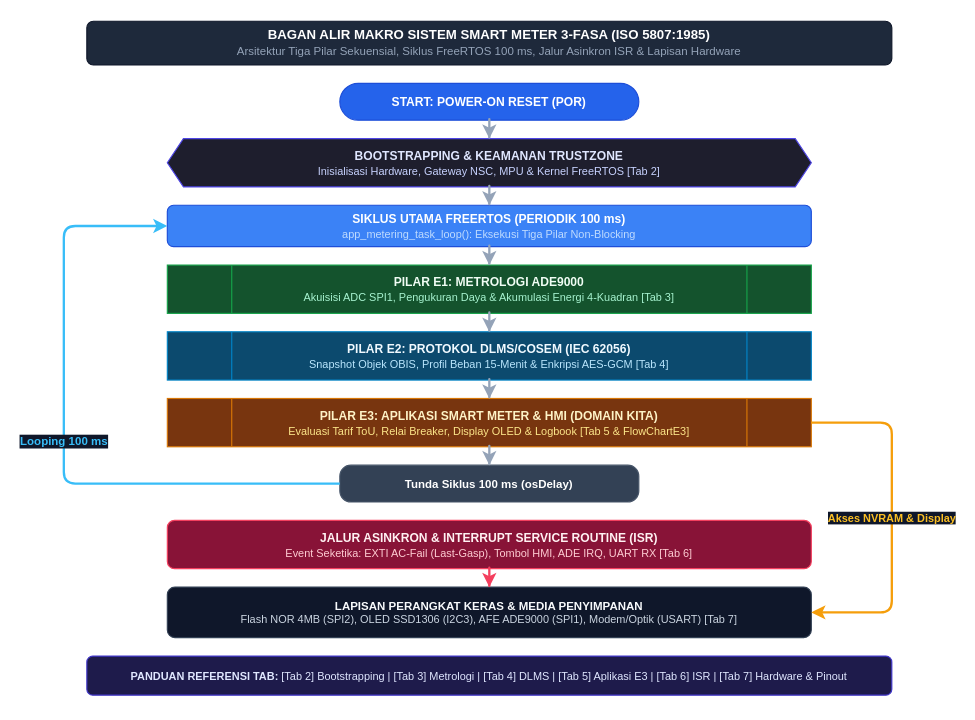
The draw.io diagram page "1. Ikhtisar Sistem Makro" (1 of 7) of docs/system_flowchart.drawio in Kevla27/ALLIN, before the edit. Source tidied: cells renumbered, new cells numbered last; positions are measured from the earlier drawing's top-left corner, leaving out a move shared by most shapes. Both pictures are drawn from the tidied source at 115%, with x=0, y=0 at pixel (63, 21).
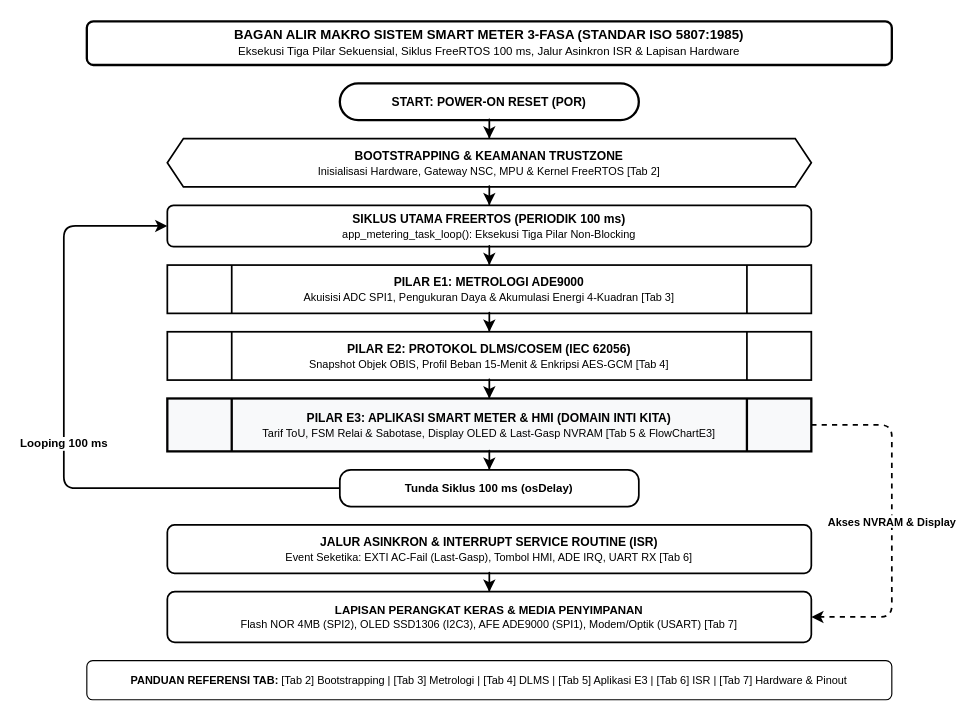
The same diagram, later.

Commit message (it also covers changes not shown here):
docs(flowchart): konversi tema Black & White (B&W) ISO 5807 dan analisis integrasi pilar E3 pada Tab 1

What changed in the source:
```diff
@@
-    <mxCell id="2" value="&lt;b&gt;BAGAN ALIR MAKRO SISTEM SMART METER 3-FASA (ISO 5807:1985)&lt;/b&gt;&lt;br/&gt;&lt;font style=&quot;font-size:10px;color:#94a3b8;&quot;&gt;Arsitektur Tiga Pilar Sekuensial, Siklus FreeRTOS 100 ms, Jalur Asinkron ISR &amp;amp; Lapisan Hardware&lt;/font&gt;" style="rounded=1;whiteSpace=wrap;html=1;fillColor=#1e293b;strokeColor=#0f172a;fontColor=#ffffff;fontSize=11.5;align=center;" parent="1" vertex="1">
+    <mxCell id="2" value="&lt;b&gt;BAGAN ALIR MAKRO SISTEM SMART METER 3-FASA (STANDAR ISO 5807:1985)&lt;/b&gt;&lt;br/&gt;&lt;font style=&quot;font-size:10px;&quot;&gt;Eksekusi Tiga Pilar Sekuensial, Siklus FreeRTOS 100 ms, Jalur Asinkron ISR &amp;amp; Lapisan Hardware&lt;/font&gt;" style="rounded=1;whiteSpace=wrap;html=1;fillColor=#ffffff;strokeColor=#000000;strokeWidth=2;fontColor=#000000;fontSize=11.5;align=center;" parent="1" vertex="1">
       <mxGeometry x="20" width="700" height="38" as="geometry" />
     </mxCell>
-    <mxCell id="3" value="&lt;b&gt;START: POWER-ON RESET (POR)&lt;/b&gt;" style="rounded=1;arcSize=50;whiteSpace=wrap;html=1;fillColor=#2563eb;strokeColor=#1d4ed8;fontColor=#ffffff;fontStyle=1;fontSize=10.5;align=center;" parent="1" vertex="1">
+    <mxCell id="3" value="&lt;b&gt;START: POWER-ON RESET (POR)&lt;/b&gt;" style="rounded=1;arcSize=50;whiteSpace=wrap;html=1;fillColor=#ffffff;strokeColor=#000000;strokeWidth=2;fontColor=#000000;fontStyle=1;fontSize=10.5;align=center;" parent="1" vertex="1">
       <mxGeometry x="240" y="54" width="260" height="32" as="geometry" />
     </mxCell>
-    <mxCell id="4" value="&lt;b&gt;BOOTSTRAPPING &amp;amp; KEAMANAN TRUSTZONE&lt;/b&gt;&lt;br/&gt;&lt;font style=&quot;font-size:9.5px;color:#c7d2fe;&quot;&gt;Inisialisasi Hardware, Gateway NSC, MPU &amp;amp; Kernel FreeRTOS [Tab 2]&lt;/font&gt;" style="shape=hexagon;perimeter=hexagonPerimeter2;fixedSize=1;size=14;whiteSpace=wrap;html=1;fillColor=#1e1e2d;strokeColor=#4f46e5;fontColor=#e0e7ff;fontSize=10.5;align=center;" parent="1" vertex="1">
+    <mxCell id="4" value="&lt;b&gt;BOOTSTRAPPING &amp;amp; KEAMANAN TRUSTZONE&lt;/b&gt;&lt;br/&gt;&lt;font style=&quot;font-size:9.5px;&quot;&gt;Inisialisasi Hardware, Gateway NSC, MPU &amp;amp; Kernel FreeRTOS [Tab 2]&lt;/font&gt;" style="shape=hexagon;perimeter=hexagonPerimeter2;fixedSize=1;size=14;whiteSpace=wrap;html=1;fillColor=#ffffff;strokeColor=#000000;strokeWidth=1.5;fontColor=#000000;fontSize=10.5;align=center;" parent="1" vertex="1">
       <mxGeometry x="90" y="102" width="560" height="42" as="geometry" />
     </mxCell>
-    <mxCell id="5" value="&lt;b&gt;SIKLUS UTAMA FREERTOS (PERIODIK 100 ms)&lt;/b&gt;&lt;br/&gt;&lt;font style=&quot;font-size:9.5px;color:#bfdbfe;&quot;&gt;app_metering_task_loop(): Eksekusi Tiga Pilar Non-Blocking&lt;/font&gt;" style="rounded=1;arcSize=15;whiteSpace=wrap;html=1;fillColor=#3b82f6;strokeColor=#1d4ed8;fontColor=#ffffff;fontSize=10.5;align=center;" parent="1" vertex="1">
+    <mxCell id="5" value="&lt;b&gt;SIKLUS UTAMA FREERTOS (PERIODIK 100 ms)&lt;/b&gt;&lt;br/&gt;&lt;font style=&quot;font-size:9.5px;&quot;&gt;app_metering_task_loop(): Eksekusi Tiga Pilar Non-Blocking&lt;/font&gt;" style="rounded=1;arcSize=15;whiteSpace=wrap;html=1;fillColor=#ffffff;strokeColor=#000000;strokeWidth=1.5;fontColor=#000000;fontSize=10.5;align=center;" parent="1" vertex="1">
       <mxGeometry x="90" y="160" width="560" height="36" as="geometry" />
     </mxCell>
-    <mxCell id="6" value="&lt;b&gt;PILAR E1: METROLOGI ADE9000&lt;/b&gt;&lt;br/&gt;&lt;font style=&quot;font-size:9.5px;color:#a7f3d0;&quot;&gt;Akuisisi ADC SPI1, Pengukuran Daya &amp;amp; Akumulasi Energi 4-Kuadran [Tab 3]&lt;/font&gt;" style="shape=process;backgroundOutline=1;rounded=0;whiteSpace=wrap;html=1;fillColor=#14532d;strokeColor=#16a34a;fontColor=#f0fdf4;fontSize=10.5;align=center;" parent="1" vertex="1">
+    <mxCell id="6" value="&lt;b&gt;PILAR E1: METROLOGI ADE9000&lt;/b&gt;&lt;br/&gt;&lt;font style=&quot;font-size:9.5px;&quot;&gt;Akuisisi ADC SPI1, Pengukuran Daya &amp;amp; Akumulasi Energi 4-Kuadran [Tab 3]&lt;/font&gt;" style="shape=process;backgroundOutline=1;rounded=0;whiteSpace=wrap;html=1;fillColor=#ffffff;strokeColor=#000000;strokeWidth=1.5;fontColor=#000000;fontSize=10.5;align=center;" parent="1" vertex="1">
       <mxGeometry x="90" y="212" width="560" height="42" as="geometry" />
     </mxCell>
-    <mxCell id="7" value="&lt;b&gt;PILAR E2: PROTOKOL DLMS/COSEM (IEC 62056)&lt;/b&gt;&lt;br/&gt;&lt;font style=&quot;font-size:9.5px;color:#bae6fd;&quot;&gt;Snapshot Objek OBIS, Profil Beban 15-Menit &amp;amp; Enkripsi AES-GCM [Tab 4]&lt;/font&gt;" style="shape=process;backgroundOutline=1;rounded=0;whiteSpace=wrap;html=1;fillColor=#0c4a6e;strokeColor=#0284c7;fontColor=#f0f9ff;fontSize=10.5;align=center;" parent="1" vertex="1">
+    <mxCell id="7" value="&lt;b&gt;PILAR E2: PROTOKOL DLMS/COSEM (IEC 62056)&lt;/b&gt;&lt;br/&gt;&lt;font style=&quot;font-size:9.5px;&quot;&gt;Snapshot Objek OBIS, Profil Beban 15-Menit &amp;amp; Enkripsi AES-GCM [Tab 4]&lt;/font&gt;" style="shape=process;backgroundOutline=1;rounded=0;whiteSpace=wrap;html=1;fillColor=#ffffff;strokeColor=#000000;strokeWidth=1.5;fontColor=#000000;fontSize=10.5;align=center;" parent="1" vertex="1">
       <mxGeometry x="90" y="270" width="560" height="42" as="geometry" />
     </mxCell>
-    <mxCell id="8" value="&lt;b&gt;PILAR E3: APLIKASI SMART METER &amp;amp; HMI (DOMAIN KITA)&lt;/b&gt;&lt;br/&gt;&lt;font style=&quot;font-size:9.5px;color:#fde68a;&quot;&gt;Evaluasi Tarif ToU, Relai Breaker, Display OLED &amp;amp; Logbook [Tab 5 &amp;amp; FlowChartE3]&lt;/font&gt;" style="shape=process;backgroundOutline=1;rounded=0;whiteSpace=wrap;html=1;fillColor=#78350f;strokeColor=#d97706;fontColor=#fef3c7;fontSize=10.5;align=center;" parent="1" vertex="1">
-      <mxGeometry x="90" y="328" width="560" height="42" as="geometry" />
+    <mxCell id="8" value="&lt;b&gt;PILAR E3: APLIKASI SMART METER &amp;amp; HMI (DOMAIN INTI KITA)&lt;/b&gt;&lt;br/&gt;&lt;font style=&quot;font-size:9.5px;&quot;&gt;Tarif ToU, FSM Relai &amp;amp; Sabotase, Display OLED &amp;amp; Last-Gasp NVRAM [Tab 5 &amp;amp; FlowChartE3]&lt;/font&gt;" style="shape=process;backgroundOutline=1;rounded=0;whiteSpace=wrap;html=1;fillColor=#f8f9fa;strokeColor=#000000;strokeWidth=2;fontColor=#000000;fontSize=10.5;align=center;" parent="1" vertex="1">
+      <mxGeometry x="90" y="328" width="560" height="46" as="geometry" />
     </mxCell>
-    <mxCell id="9" value="&lt;b&gt;Tunda Siklus 100 ms (osDelay)&lt;/b&gt;" style="rounded=1;arcSize=30;whiteSpace=wrap;html=1;fillColor=#334155;strokeColor=#475569;fontColor=#ffffff;fontSize=10;align=center;" parent="1" vertex="1">
-      <mxGeometry x="240" y="386" width="260" height="32" as="geometry" />
+    <mxCell id="9" value="&lt;b&gt;Tunda Siklus 100 ms (osDelay)&lt;/b&gt;" style="rounded=1;arcSize=30;whiteSpace=wrap;html=1;fillColor=#ffffff;strokeColor=#000000;strokeWidth=1.5;fontColor=#000000;fontSize=10;align=center;" parent="1" vertex="1">
+      <mxGeometry x="240" y="390" width="260" height="32" as="geometry" />
     </mxCell>
-    <mxCell id="10" value="&lt;b&gt;JALUR ASINKRON &amp;amp; INTERRUPT SERVICE ROUTINE (ISR)&lt;/b&gt;&lt;br/&gt;&lt;font style=&quot;font-size:9.5px;color:#fecdd3;&quot;&gt;Event Seketika: EXTI AC-Fail (Last-Gasp), Tombol HMI, ADE IRQ, UART RX [Tab 6]&lt;/font&gt;" style="rounded=1;arcSize=15;whiteSpace=wrap;html=1;fillColor=#881337;strokeColor=#f43f5e;fontColor=#fff1f2;fontSize=10.5;align=center;" parent="1" vertex="1">
-      <mxGeometry x="90" y="434" width="560" height="42" as="geometry" />
+    <mxCell id="10" value="&lt;b&gt;JALUR ASINKRON &amp;amp; INTERRUPT SERVICE ROUTINE (ISR)&lt;/b&gt;&lt;br/&gt;&lt;font style=&quot;font-size:9.5px;&quot;&gt;Event Seketika: EXTI AC-Fail (Last-Gasp), Tombol HMI, ADE IRQ, UART RX [Tab 6]&lt;/font&gt;" style="rounded=1;arcSize=15;whiteSpace=wrap;html=1;fillColor=#ffffff;strokeColor=#000000;strokeWidth=1.5;fontColor=#000000;fontSize=10.5;align=center;" parent="1" vertex="1">
+      <mxGeometry x="90" y="438" width="560" height="42" as="geometry" />
     </mxCell>
-    <mxCell id="11" value="&lt;b&gt;LAPISAN PERANGKAT KERAS &amp;amp; MEDIA PENYIMPANAN&lt;/b&gt;&lt;br/&gt;&lt;font style=&quot;font-size:9.5px;color:#cbd5e1;&quot;&gt;Flash NOR 4MB (SPI2), OLED SSD1306 (I2C3), AFE ADE9000 (SPI1), Modem/Optik (USART) [Tab 7]&lt;/font&gt;" style="rounded=1;arcSize=15;whiteSpace=wrap;html=1;fillColor=#0f172a;strokeColor=#334155;fontColor=#f8fafc;fontSize=10;align=center;" parent="1" vertex="1">
-      <mxGeometry x="90" y="492" width="560" height="44" as="geometry" />
+    <mxCell id="11" value="&lt;b&gt;LAPISAN PERANGKAT KERAS &amp;amp; MEDIA PENYIMPANAN&lt;/b&gt;&lt;br/&gt;&lt;font style=&quot;font-size:9.5px;&quot;&gt;Flash NOR 4MB (SPI2), OLED SSD1306 (I2C3), AFE ADE9000 (SPI1), Modem/Optik (USART) [Tab 7]&lt;/font&gt;" style="rounded=1;arcSize=15;whiteSpace=wrap;html=1;fillColor=#ffffff;strokeColor=#000000;strokeWidth=1.5;fontColor=#000000;fontSize=10;align=center;" parent="1" vertex="1">
+      <mxGeometry x="90" y="496" width="560" height="44" as="geometry" />
     </mxCell>
-    <mxCell id="12" value="&lt;b&gt;PANDUAN REFERENSI TAB:&lt;/b&gt; [Tab 2] Bootstrapping | [Tab 3] Metrologi | [Tab 4] DLMS | [Tab 5] Aplikasi E3 | [Tab 6] ISR | [Tab 7] Hardware &amp;amp; Pinout" style="rounded=1;whiteSpace=wrap;html=1;fontSize=9.5;align=center;fillColor=#1e1b4b;strokeColor=#4338ca;fontColor=#e0e7ff;" parent="1" vertex="1">
-      <mxGeometry x="20" y="552" width="700" height="34" as="geometry" />
+    <mxCell id="12" value="&lt;b&gt;PANDUAN REFERENSI TAB:&lt;/b&gt; [Tab 2] Bootstrapping | [Tab 3] Metrologi | [Tab 4] DLMS | [Tab 5] Aplikasi E3 | [Tab 6] ISR | [Tab 7] Hardware &amp;amp; Pinout" style="rounded=1;whiteSpace=wrap;html=1;fontSize=9.5;align=center;fillColor=#ffffff;strokeColor=#000000;strokeWidth=1;fontColor=#000000;" parent="1" vertex="1">
+      <mxGeometry x="20" y="556" width="700" height="34" as="geometry" />
     </mxCell>
-    <mxCell id="13" style="edgeStyle=orthogonalEdgeStyle;rounded=1;jettySize=auto;html=1;strokeColor=#94a3b8;strokeWidth=2;endArrow=classic;endFill=1;" parent="1" edge="1" source="3" target="4">
+    <mxCell id="13" style="edgeStyle=orthogonalEdgeStyle;rounded=1;jettySize=auto;html=1;strokeColor=#000000;strokeWidth=1.5;endArrow=classic;endFill=1;" parent="1" edge="1" source="3" target="4">
       <mxGeometry relative="1" as="geometry" />
     </mxCell>
-    <mxCell id="14" style="edgeStyle=orthogonalEdgeStyle;rounded=1;jettySize=auto;html=1;strokeColor=#94a3b8;strokeWidth=2;endArrow=classic;endFill=1;" parent="1" edge="1" source="4" target="5">
+    <mxCell id="14" style="edgeStyle=orthogonalEdgeStyle;rounded=1;jettySize=auto;html=1;strokeColor=#000000;strokeWidth=1.5;endArrow=classic;endFill=1;" parent="1" edge="1" source="4" target="5">
       <mxGeometry relative="1" as="geometry" />
     </mxCell>
-    <mxCell id="15" style="edgeStyle=orthogonalEdgeStyle;rounded=1;jettySize=auto;html=1;strokeColor=#94a3b8;strokeWidth=2;endArrow=classic;endFill=1;" parent="1" edge="1" source="5" target="6">
+    <mxCell id="15" style="edgeStyle=orthogonalEdgeStyle;rounded=1;jettySize=auto;html=1;strokeColor=#000000;strokeWidth=1.5;endArrow=classic;endFill=1;" parent="1" edge="1" source="5" target="6">
       <mxGeometry relative="1" as="geometry" />
     </mxCell>
-    <mxCell id="16" style="edgeStyle=orthogonalEdgeStyle;rounded=1;jettySize=auto;html=1;strokeColor=#94a3b8;strokeWidth=2;endArrow=classic;endFill=1;" parent="1" edge="1" source="6" target="7">
+    <mxCell id="16" style="edgeStyle=orthogonalEdgeStyle;rounded=1;jettySize=auto;html=1;strokeColor=#000000;strokeWidth=1.5;endArrow=classic;endFill=1;" parent="1" edge="1" source="6" target="7">
       <mxGeometry relative="1" as="geometry" />
     </mxCell>
-    <mxCell id="17" style="edgeStyle=orthogonalEdgeStyle;rounded=1;jettySize=auto;html=1;strokeColor=#94a3b8;strokeWidth=2;endArrow=classic;endFill=1;" parent="1" edge="1" source="7" target="8">
+    <mxCell id="17" style="edgeStyle=orthogonalEdgeStyle;rounded=1;jettySize=auto;html=1;strokeColor=#000000;strokeWidth=1.5;endArrow=classic;endFill=1;" parent="1" edge="1" source="7" target="8">
       <mxGeometry relative="1" as="geometry" />
     </mxCell>
-    <mxCell id="18" style="edgeStyle=orthogonalEdgeStyle;rounded=1;jettySize=auto;html=1;strokeColor=#94a3b8;strokeWidth=2;endArrow=classic;endFill=1;" parent="1" edge="1" source="8" target="9">
+    <mxCell id="18" style="edgeStyle=orthogonalEdgeStyle;rounded=1;jettySize=auto;html=1;strokeColor=#000000;strokeWidth=1.5;endArrow=classic;endFill=1;" parent="1" edge="1" source="8" target="9">
       <mxGeometry relative="1" as="geometry" />
     </mxCell>
-    <mxCell id="19" value="Looping 100 ms" style="edgeStyle=orthogonalEdgeStyle;rounded=1;jettySize=auto;html=1;strokeColor=#38bdf8;strokeWidth=2;endArrow=classic;endFill=1;labelBackgroundColor=#0f172a;fontColor=#38bdf8;fontSize=10;fontStyle=1;exitX=0;exitY=0.5;exitDx=0;exitDy=0;entryX=0;entryY=0.5;entryDx=0;entryDy=0;" parent="1" edge="1" source="9" target="5">
+    <mxCell id="19" value="Looping 100 ms" style="edgeStyle=orthogonalEdgeStyle;rounded=1;jettySize=auto;html=1;strokeColor=#000000;strokeWidth=1.5;endArrow=classic;endFill=1;labelBackgroundColor=#ffffff;fontColor=#000000;fontSize=10;fontStyle=1;exitX=0;exitY=0.5;exitDx=0;exitDy=0;entryX=0;entryY=0.5;entryDx=0;entryDy=0;" parent="1" edge="1" source="9" target="5">
       <mxGeometry relative="1" as="geometry">
         <Array as="points">
-          <mxPoint y="402" />
+          <mxPoint y="406" />
           <mxPoint y="178" />
         </Array>
       </mxGeometry>
     </mxCell>
-    <mxCell id="20" value="Akses NVRAM &amp;amp; Display" style="edgeStyle=orthogonalEdgeStyle;rounded=1;jettySize=auto;html=1;strokeColor=#f59e0b;strokeWidth=2;endArrow=classic;endFill=1;labelBackgroundColor=#0f172a;fontColor=#fbbf24;fontSize=9.5;fontStyle=1;exitX=1;exitY=0.5;exitDx=0;exitDy=0;entryX=1;entryY=0.5;entryDx=0;entryDy=0;" parent="1" edge="1" source="8" target="11">
+    <mxCell id="20" value="Akses NVRAM &amp;amp; Display" style="edgeStyle=orthogonalEdgeStyle;rounded=1;jettySize=auto;html=1;strokeColor=#000000;strokeWidth=1.5;dashed=1;endArrow=classic;endFill=1;labelBackgroundColor=#ffffff;fontColor=#000000;fontSize=9.5;fontStyle=1;exitX=1;exitY=0.5;exitDx=0;exitDy=0;entryX=1;entryY=0.5;entryDx=0;entryDy=0;" parent="1" edge="1" source="8" target="11">
       <mxGeometry relative="1" as="geometry">
         <Array as="points">
-          <mxPoint x="720" y="349" />
-          <mxPoint x="720" y="514" />
+          <mxPoint x="720" y="351" />
+          <mxPoint x="720" y="518" />
         </Array>
       </mxGeometry>
     </mxCell>
-    <mxCell id="21" style="edgeStyle=orthogonalEdgeStyle;rounded=1;jettySize=auto;html=1;strokeColor=#f43f5e;strokeWidth=2;endArrow=classic;endFill=1;" parent="1" edge="1" source="10" target="11">
+    <mxCell id="21" style="edgeStyle=orthogonalEdgeStyle;rounded=1;jettySize=auto;html=1;strokeColor=#000000;strokeWidth=1.5;endArrow=classic;endFill=1;" parent="1" edge="1" source="10" target="11">
       <mxGeometry relative="1" as="geometry" />
     </mxCell>
```
